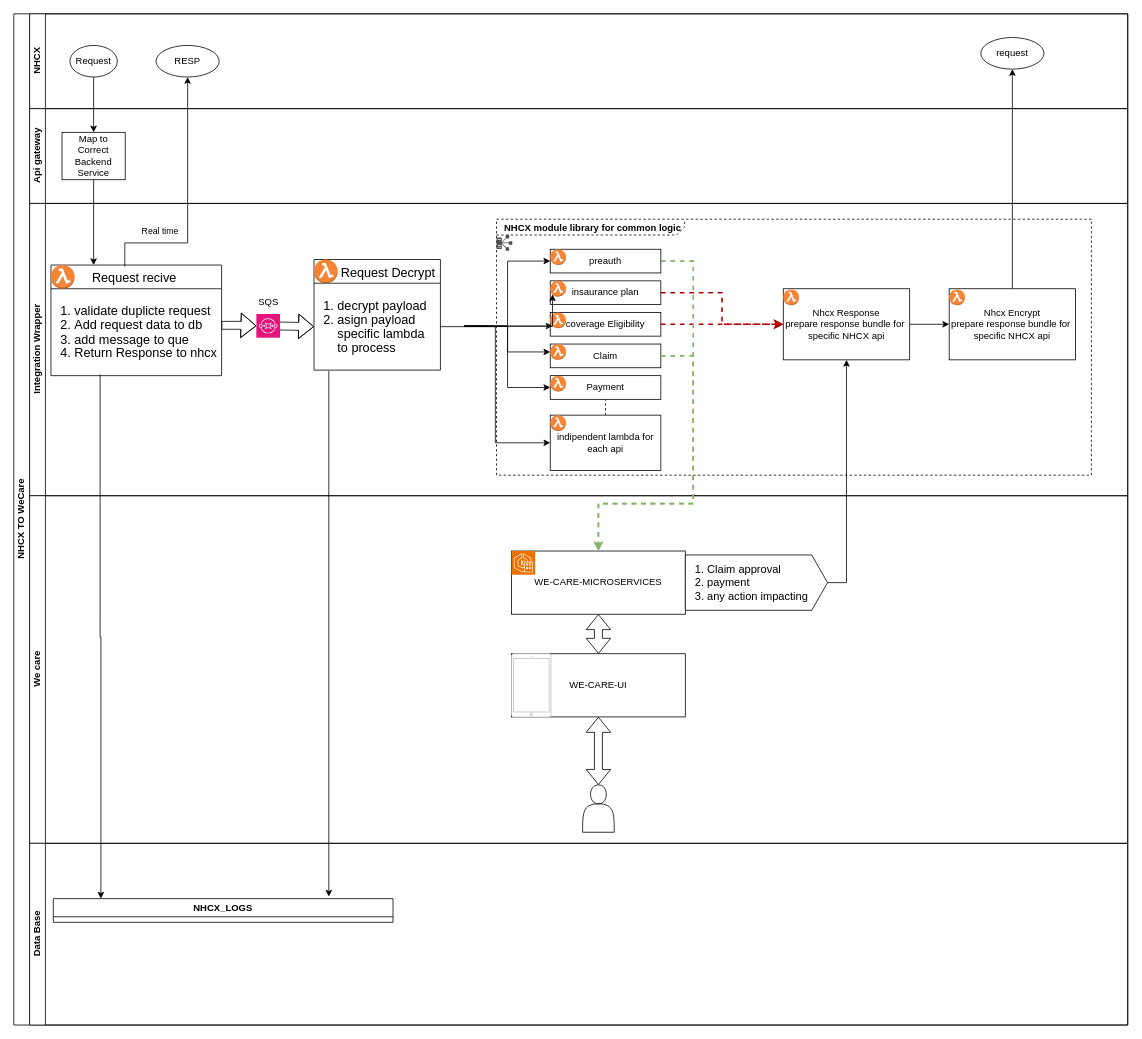
The draw.io diagram page "Claim registration" (1 of 5) of NHCX@.drawio in aashishinvy/nhcx, before the edit. Source tidied: cells renumbered, new cells numbered last; positions are measured from the earlier drawing's top-left corner, leaving out a move shared by most shapes. Both pictures are drawn from the tidied source at 79%, with x=0, y=0 at pixel (13, 13).
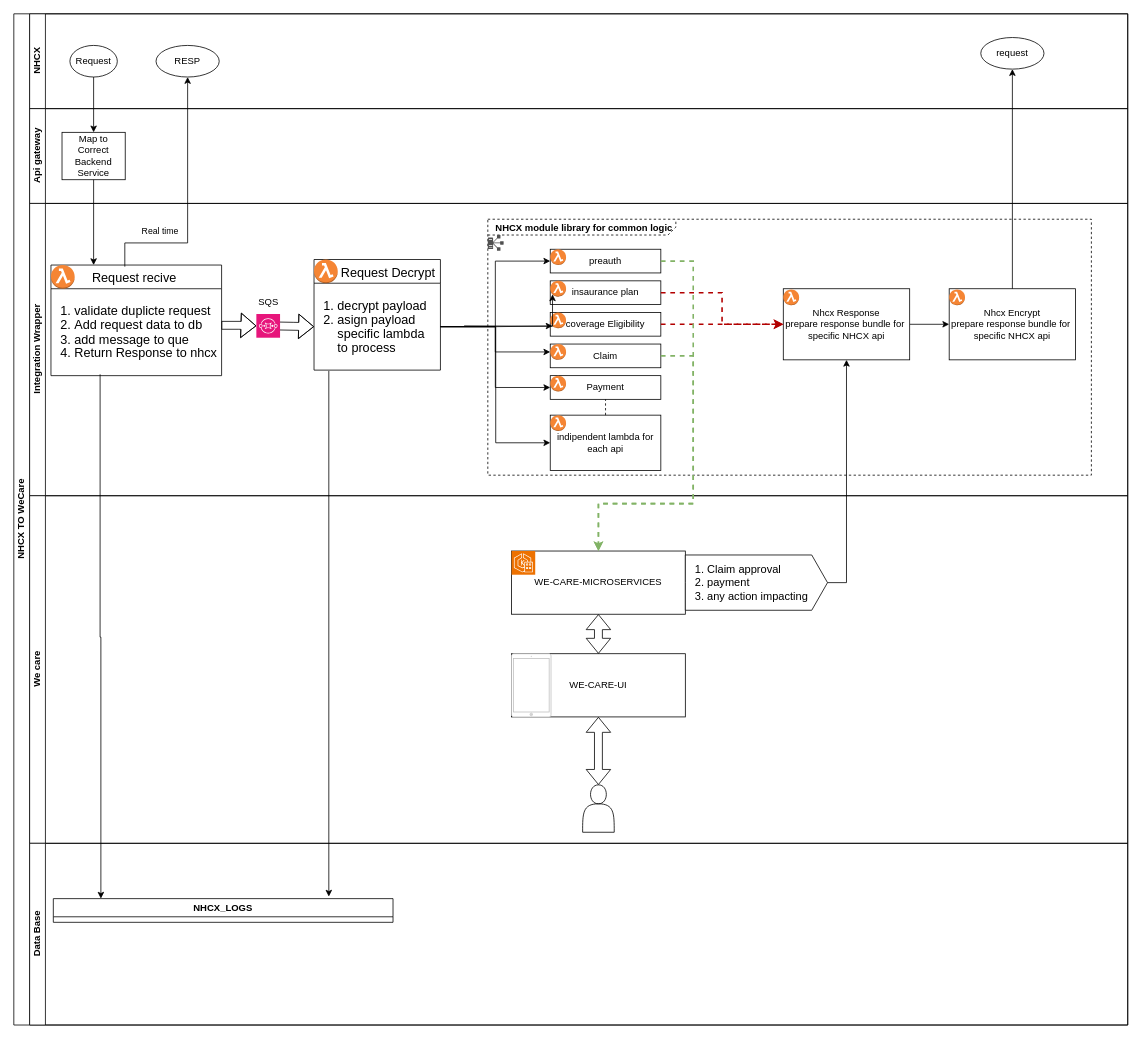
After the change.

Unchanged cells that the change refers to:
```xml
<mxCell id="9" value="Integration Wrapper&lt;br&gt;" style="swimlane;html=1;startSize=20;horizontal=0;align=center;" parent="2" vertex="1">
  <mxGeometry x="20" y="240" width="1390" height="370" as="geometry" />
</mxCell>
<mxCell id="27" value="preauth" style="rounded=0;whiteSpace=wrap;html=1;fontFamily=Helvetica;fontSize=12;fontColor=#000000;align=center;" parent="26" vertex="1">
  <mxGeometry x="55" y="36" width="140" height="30" as="geometry" />
</mxCell>
<mxCell id="31" value="Payment" style="rounded=0;whiteSpace=wrap;html=1;fontFamily=Helvetica;fontSize=12;fontColor=#000000;align=center;" parent="26" vertex="1">
  <mxGeometry x="55" y="196" width="140" height="30" as="geometry" />
</mxCell>
<mxCell id="32" value="indipendent lambda for each api" style="rounded=0;whiteSpace=wrap;html=1;fontFamily=Helvetica;fontSize=12;fontColor=#000000;align=center;" parent="26" vertex="1">
  <mxGeometry x="55" y="246" width="140" height="70" as="geometry" />
</mxCell>
<mxCell id="36" style="outlineConnect=0;dashed=0;verticalLabelPosition=bottom;verticalAlign=top;align=center;html=1;shape=mxgraph.aws3.lambda_function;fillColor=#F58534;gradientColor=none;" parent="26" vertex="1">
  <mxGeometry x="55" y="116" width="20" height="20" as="geometry" />
</mxCell>
<mxCell id="37" style="outlineConnect=0;dashed=0;verticalLabelPosition=bottom;verticalAlign=top;align=center;html=1;shape=mxgraph.aws3.lambda_function;fillColor=#F58534;gradientColor=none;" parent="26" vertex="1">
  <mxGeometry x="55" y="156" width="20" height="20" as="geometry" />
</mxCell>
<mxCell id="50" style="shape=tableRow;horizontal=0;startSize=0;swimlaneHead=0;swimlaneBody=0;top=0;left=0;bottom=0;right=0;fillColor=none;points=[[0,0.5],[1,0.5]];portConstraint=eastwest;strokeColor=inherit;fontSize=16;" parent="49" vertex="1">
  <mxGeometry y="30" width="160" height="110" as="geometry" />
</mxCell>
```

The edit, as a diff of the source:
```diff
@@
     <mxCell id="19" value="&lt;p style=&quot;margin:0px;margin-top:4px;margin-left:10px;text-align:left;&quot;&gt;&lt;b&gt;NHCX module library for common logic&lt;/b&gt;&lt;/p&gt;" style="html=1;shape=mxgraph.sysml.package;labelX=238.89;align=left;spacingLeft=10;overflow=fill;fillColor=none;dashed=1;" parent="9" vertex="1">
-      <mxGeometry x="591" y="20" width="753" height="324" as="geometry" />
+      <mxGeometry x="580" y="20" width="764" height="324" as="geometry" />
     </mxCell>
@@
-    <mxCell id="40" style="edgeStyle=orthogonalEdgeStyle;rounded=0;jettySize=auto;html=1;entryX=0;entryY=0.5;entryDx=0;entryDy=0;" parent="9" edge="1" target="27">
-      <mxGeometry relative="1" as="geometry">
-        <mxPoint x="550" y="155" as="sourcePoint" />
-      </mxGeometry>
+    <mxCell id="40" style="edgeStyle=orthogonalEdgeStyle;rounded=0;jettySize=auto;html=1;entryX=0;entryY=0.5;entryDx=0;entryDy=0;exitX=1;exitY=0.5;exitDx=0;exitDy=0;" parent="9" edge="1" source="50" target="27">
+      <mxGeometry relative="1" as="geometry" />
     </mxCell>
@@
-    <mxCell id="42" style="edgeStyle=orthogonalEdgeStyle;rounded=0;jettySize=auto;html=1;exitX=1;exitY=0.5;exitDx=0;exitDy=0;entryX=0.145;entryY=0.855;entryDx=0;entryDy=0;entryPerimeter=0;" parent="9" edge="1" target="36">
-      <mxGeometry relative="1" as="geometry">
-        <mxPoint x="550" y="155" as="sourcePoint" />
-      </mxGeometry>
+    <mxCell id="42" style="edgeStyle=orthogonalEdgeStyle;rounded=0;jettySize=auto;html=1;exitX=1;exitY=0.5;exitDx=0;exitDy=0;entryX=0.145;entryY=0.855;entryDx=0;entryDy=0;entryPerimeter=0;" parent="9" edge="1" source="50" target="36">
+      <mxGeometry relative="1" as="geometry" />
     </mxCell>
-    <mxCell id="43" style="edgeStyle=orthogonalEdgeStyle;rounded=0;jettySize=auto;html=1;entryX=0;entryY=0.5;entryDx=0;entryDy=0;entryPerimeter=0;" parent="9" edge="1" target="37">
-      <mxGeometry relative="1" as="geometry">
-        <mxPoint x="550" y="155" as="sourcePoint" />
-      </mxGeometry>
+    <mxCell id="43" style="edgeStyle=orthogonalEdgeStyle;rounded=0;jettySize=auto;html=1;entryX=0;entryY=0.5;entryDx=0;entryDy=0;entryPerimeter=0;exitX=1;exitY=0.5;exitDx=0;exitDy=0;" parent="9" edge="1" source="50" target="37">
+      <mxGeometry relative="1" as="geometry" />
     </mxCell>
-    <mxCell id="44" style="edgeStyle=orthogonalEdgeStyle;rounded=0;jettySize=auto;html=1;entryX=0;entryY=0.5;entryDx=0;entryDy=0;" parent="9" edge="1" target="31">
-      <mxGeometry relative="1" as="geometry">
-        <mxPoint x="550" y="155" as="sourcePoint" />
-      </mxGeometry>
+    <mxCell id="44" style="edgeStyle=orthogonalEdgeStyle;rounded=0;jettySize=auto;html=1;entryX=0;entryY=0.5;entryDx=0;entryDy=0;exitX=1;exitY=0.5;exitDx=0;exitDy=0;" parent="9" edge="1" source="50" target="31">
+      <mxGeometry relative="1" as="geometry" />
     </mxCell>
     <mxCell id="45" style="edgeStyle=orthogonalEdgeStyle;rounded=0;jettySize=auto;html=1;entryX=0;entryY=0.5;entryDx=0;entryDy=0;exitX=1;exitY=0.5;exitDx=0;exitDy=0;" parent="9" edge="1" source="50" target="32">
-      <mxGeometry relative="1" as="geometry" />
+      <mxGeometry relative="1" as="geometry">
+        <Array as="points">
+          <mxPoint x="590" y="156" />
+          <mxPoint x="590" y="303" />
+        </Array>
+      </mxGeometry>
     </mxCell>
```
